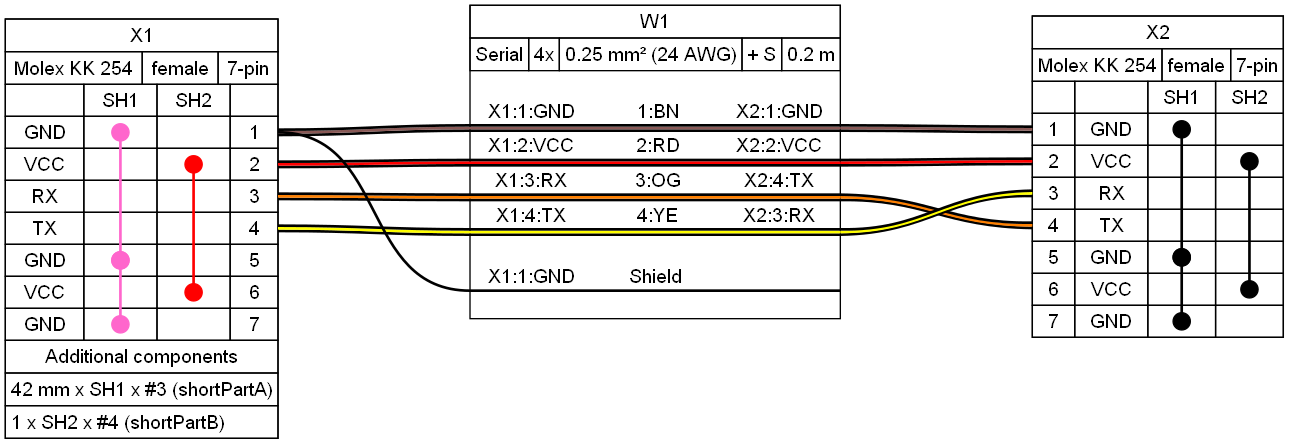
This is examples/ex15.png from wireviz/WireViz, a Graphviz export, as it was before one commit. Its source is kept beside it as examples/ex15.gv.
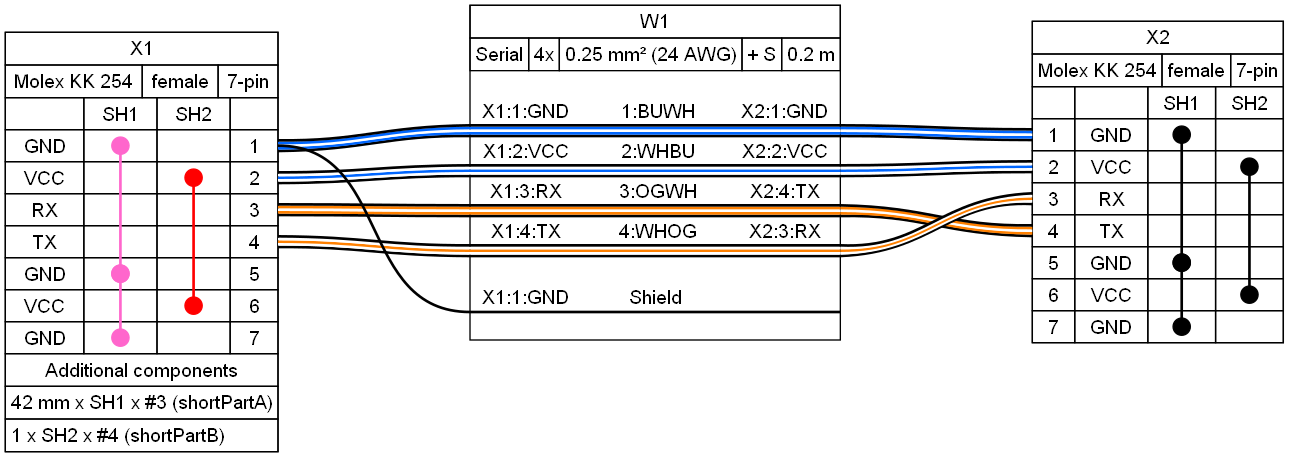
The same file after the commit.

Commit message:
changed color code of ex15, for testing of the edge inside of the table

The edit, as a diff of the source:
```diff
@@ -165,19 +165,19 @@
  </td></tr>
 </table>
 > fillcolor="#FFFFFF" shape=box style=filled]
-	edge [color="#000000:#895956:#000000"]
+	edge [color="#000000:#0066ff:#ffffff:#0066ff:#000000"]
 	X1:p1r:e -- W1:w1:w
 	W1:w1:e -- X2:p1l:w
 	W1:w1:w -- W1:w1:e [straight=straight]
-	edge [color="#000000:#ff0000:#000000"]
+	edge [color="#000000:#ffffff:#0066ff:#ffffff:#000000"]
 	X1:p2r:e -- W1:w2:w
 	W1:w2:e -- X2:p2l:w
 	W1:w2:w -- W1:w2:e [straight=straight]
-	edge [color="#000000:#ff8000:#000000"]
+	edge [color="#000000:#ff8000:#ffffff:#ff8000:#000000"]
 	X1:p3r:e -- W1:w3:w
 	W1:w3:e -- X2:p4l:w
 	W1:w3:w -- W1:w3:e [straight=straight]
-	edge [color="#000000:#ffff00:#000000"]
+	edge [color="#000000:#ffffff:#ff8000:#ffffff:#000000"]
 	X1:p4r:e -- W1:w4:w
 	W1:w4:e -- X2:p3l:w
 	W1:w4:w -- W1:w4:e [straight=straight]
@@ -206,12 +206,12 @@
    <tr>
     <td>X1:1:GND</td>
     <td>
-     1:BN
+     1:BUWH
     </td>
     <td>X2:1:GND</td>
    </tr>
    <tr>
-    <td colspan="3" border="0" cellspacing="0" cellpadding="0" port="w1" height="6">
+    <td colspan="3" border="0" cellspacing="0" cellpadding="0" port="w1" height="10">
      <table cellspacing="0" cellborder="0" border="0">
     <tr><td colspan="3" cellpadding="0" height="6" border="0"></td></tr>
      </table>
@@ -220,12 +220,12 @@
    <tr>
     <td>X1:2:VCC</td>
     <td>
-     2:RD
+     2:WHBU
     </td>
     <td>X2:2:VCC</td>
    </tr>
    <tr>
-    <td colspan="3" border="0" cellspacing="0" cellpadding="0" port="w2" height="6">
+    <td colspan="3" border="0" cellspacing="0" cellpadding="0" port="w2" height="10">
      <table cellspacing="0" cellborder="0" border="0">
     <tr><td colspan="3" cellpadding="0" height="6" border="0"></td></tr>
      </table>
@@ -234,12 +234,12 @@
    <tr>
     <td>X1:3:RX</td>
     <td>
-     3:OG
+     3:OGWH
     </td>
     <td>X2:4:TX</td>
    </tr>
    <tr>
-    <td colspan="3" border="0" cellspacing="0" cellpadding="0" port="w3" height="6">
+    <td colspan="3" border="0" cellspacing="0" cellpadding="0" port="w3" height="10">
      <table cellspacing="0" cellborder="0" border="0">
     <tr><td colspan="3" cellpadding="0" height="6" border="0"></td></tr>
      </table>
@@ -248,12 +248,12 @@
    <tr>
     <td>X1:4:TX</td>
     <td>
-     4:YE
+     4:WHOG
     </td>
     <td>X2:3:RX</td>
    </tr>
    <tr>
-    <td colspan="3" border="0" cellspacing="0" cellpadding="0" port="w4" height="6">
+    <td colspan="3" border="0" cellspacing="0" cellpadding="0" port="w4" height="10">
      <table cellspacing="0" cellborder="0" border="0">
     <tr><td colspan="3" cellpadding="0" height="6" border="0"></td></tr>
      </table>
```
